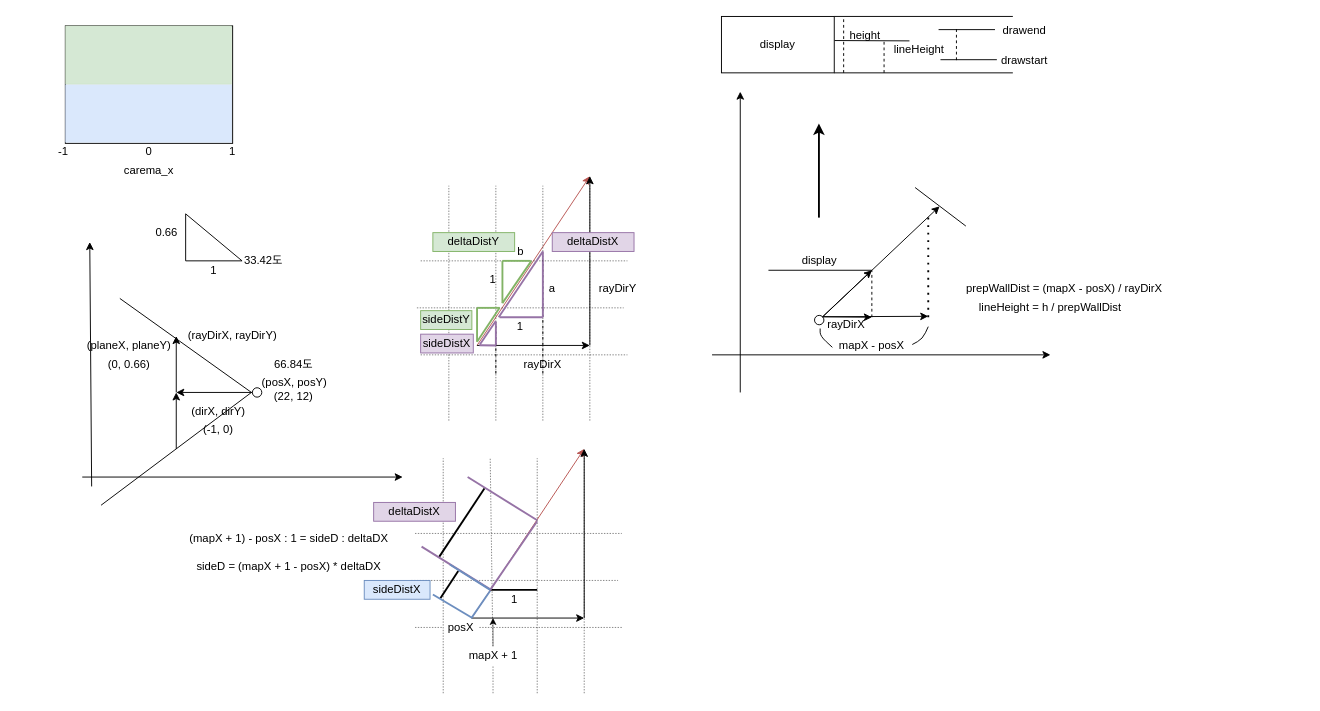
Before: page "Page-1" (1 of 3) of cub3d.drawio in Lee-seungju/drawfile, a draw.io diagram. Source tidied: cells renumbered, new cells numbered last; positions are measured from the earlier drawing's top-left corner, leaving out a move shared by most shapes. Both pictures are drawn from the tidied source at 94%, with x=0, y=0 at pixel (16, 16). Pictures stored in the file or linked from it are replaced by grey dashed boxes.
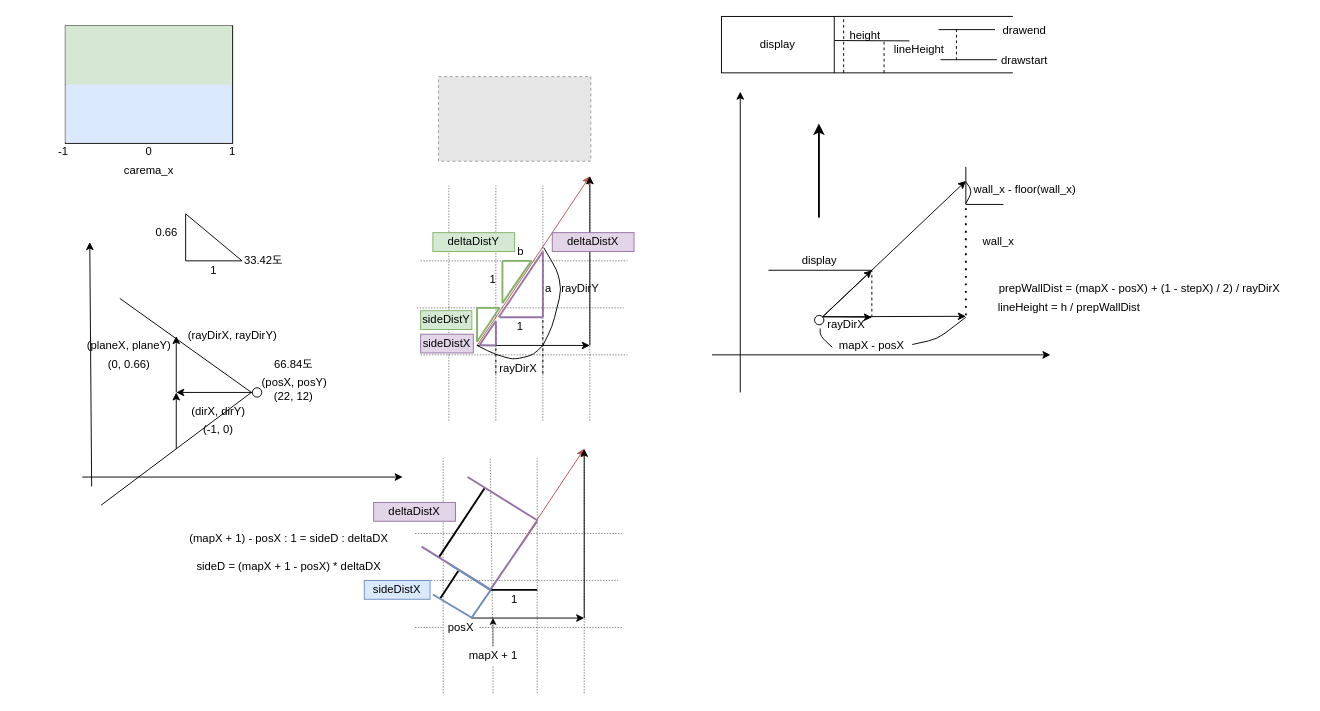
The same page after the edit.

The change refers to these unchanged cells:
```xml
<mxCell id="80" style="ellipse;whiteSpace=wrap;html=1;" parent="1" vertex="1">
  <mxGeometry x="849" y="318" width="10" height="10" as="geometry" />
</mxCell>
<mxCell id="90" value="mapX - posX" style="text;html=1;strokeColor=none;fillColor=none;align=center;verticalAlign=middle;whiteSpace=wrap;rounded=0;" parent="1" vertex="1">
  <mxGeometry x="860" y="340" width="100" height="20" as="geometry" />
</mxCell>
```

The edit, as a diff of the source:
```diff
@@
     <mxCell id="32" value="a" style="text;html=1;strokeColor=none;fillColor=none;align=center;verticalAlign=middle;whiteSpace=wrap;rounded=0;" parent="1" vertex="1">
-      <mxGeometry x="560" y="280" width="20" height="20" as="geometry" />
+      <mxGeometry x="556" y="280" width="20" height="20" as="geometry" />
     </mxCell>
     <mxCell id="33" value="rayDirX" style="text;html=1;strokeColor=none;fillColor=none;align=center;verticalAlign=middle;whiteSpace=wrap;rounded=0;" parent="1" vertex="1">
-      <mxGeometry x="540" y="360" width="40" height="20" as="geometry" />
+      <mxGeometry x="514" y="365" width="40" height="20" as="geometry" />
     </mxCell>
     <mxCell id="34" value="rayDirY" style="text;html=1;strokeColor=none;fillColor=none;align=center;verticalAlign=middle;whiteSpace=wrap;rounded=0;" parent="1" vertex="1">
-      <mxGeometry x="620" y="280" width="40" height="20" as="geometry" />
+      <mxGeometry x="580" y="280" width="40" height="20" as="geometry" />
     </mxCell>
@@
-    <mxCell id="86" style="endArrow=none;html=1;strokeWidth=1;" parent="1" edge="1">
-      <mxGeometry relative="1" as="geometry">
-        <mxPoint x="956" y="182" as="sourcePoint" />
-        <mxPoint x="1010" y="223" as="targetPoint" />
-      </mxGeometry>
-    </mxCell>
     <mxCell id="87" style="endArrow=classic;html=1;strokeWidth=1;exitX=0.93;exitY=0.097;exitDx=0;exitDy=0;exitPerimeter=0;" parent="1" edge="1" source="80">
       <mxGeometry relative="1" as="geometry">
-        <mxPoint x="982" y="202" as="targetPoint" />
+        <mxPoint x="1010" y="175" as="targetPoint" />
       </mxGeometry>
     </mxCell>
     <mxCell id="88" style="endArrow=none;dashed=1;html=1;dashPattern=1 3;strokeWidth=2;" parent="1" edge="1">
       <mxGeometry relative="1" as="geometry">
-        <mxPoint x="970" y="320" as="sourcePoint" />
-        <mxPoint x="970" y="214" as="targetPoint" />
+        <mxPoint x="1010" y="318" as="sourcePoint" />
+        <mxPoint x="1010" y="200" as="targetPoint" />
       </mxGeometry>
     </mxCell>
     <mxCell id="89" style="endArrow=classic;html=1;strokeWidth=1;exitX=1;exitY=0;exitDx=0;exitDy=0;" parent="1" edge="1" source="80">
       <mxGeometry relative="1" as="geometry">
-        <mxPoint x="970" y="319" as="targetPoint" />
+        <mxPoint x="1010" y="319" as="targetPoint" />
       </mxGeometry>
     </mxCell>
@@
     <mxCell id="92" style="endArrow=none;html=1;strokeWidth=1;exitX=0.93;exitY=0.45;exitDx=0;exitDy=0;exitPerimeter=0;" parent="1" edge="1" source="90">
       <mxGeometry relative="1" as="geometry">
-        <mxPoint x="970" y="330" as="targetPoint" />
+        <mxPoint x="1010" y="320" as="targetPoint" />
         <Array as="points">
-          <mxPoint x="964" y="343" />
+          <mxPoint x="980" y="343" />
         </Array>
       </mxGeometry>
     </mxCell>
@@
     <mxCell id="95" value="lineHeight = h / prepWallDist" style="text;html=1;strokeColor=none;fillColor=none;align=center;verticalAlign=middle;whiteSpace=wrap;rounded=0;" parent="1" vertex="1">
-      <mxGeometry x="1010" y="300" width="180" height="20" as="geometry" />
+      <mxGeometry x="1030" y="300" width="180" height="20" as="geometry" />
     </mxCell>
@@
-    <mxCell id="101" value="prepWallDist = (mapX - posX) / rayDirX" style="text;html=1;strokeColor=none;fillColor=none;align=center;verticalAlign=middle;whiteSpace=wrap;rounded=0;" parent="1" vertex="1">
-      <mxGeometry x="1000" y="280" width="230" height="20" as="geometry" />
+    <mxCell id="101" value="prepWallDist = (mapX - posX) + (1 - stepX) / 2) / rayDirX" style="text;html=1;strokeColor=none;fillColor=none;align=center;verticalAlign=middle;whiteSpace=wrap;rounded=0;" parent="1" vertex="1">
+      <mxGeometry x="1020" y="280" width="350" height="20" as="geometry" />
     </mxCell>
@@
+    <mxCell id="125" style="endArrow=none;html=1;" parent="1" edge="1">
+      <mxGeometry relative="1" as="geometry">
+        <mxPoint x="560" y="350" as="sourcePoint" />
+        <mxPoint x="561" y="246" as="targetPoint" />
+        <Array as="points">
+          <mxPoint x="570" y="330" />
+          <mxPoint x="580" y="290" />
+          <mxPoint x="575" y="270" />
+        </Array>
+      </mxGeometry>
+    </mxCell>
+    <mxCell id="126" style="endArrow=none;html=1;" parent="1" edge="1">
+      <mxGeometry relative="1" as="geometry">
+        <mxPoint x="490" y="350" as="sourcePoint" />
+        <mxPoint x="560" y="350" as="targetPoint" />
+        <Array as="points">
+          <mxPoint x="510" y="360" />
+          <mxPoint x="530" y="365" />
+          <mxPoint x="550" y="360" />
+        </Array>
+      </mxGeometry>
+    </mxCell>
+    <mxCell id="127" style="fillColor=#E6E6E6;strokeColor=#999999;dashed=1;verticalLabelPosition=bottom;labelBackgroundColor=#ffffff;verticalAlign=top;" parent="1" vertex="1">
+      <mxGeometry x="449" y="64" width="162" height="90" as="geometry" />
+    </mxCell>
+    <mxCell id="128" style="endArrow=none;html=1;" parent="1" edge="1">
+      <mxGeometry relative="1" as="geometry">
+        <mxPoint x="1010" y="200" as="sourcePoint" />
+        <mxPoint x="1010" y="160" as="targetPoint" />
+      </mxGeometry>
+    </mxCell>
+    <mxCell id="129" style="endArrow=none;html=1;" parent="1" edge="1">
+      <mxGeometry relative="1" as="geometry">
+        <mxPoint x="1050" y="200" as="sourcePoint" />
+        <mxPoint x="1010" y="200" as="targetPoint" />
+      </mxGeometry>
+    </mxCell>
+    <mxCell id="130" style="endArrow=none;html=1;" parent="1" edge="1">
+      <mxGeometry relative="1" as="geometry">
+        <mxPoint x="1010" y="199" as="sourcePoint" />
+        <mxPoint x="1010" y="176" as="targetPoint" />
+        <Array as="points">
+          <mxPoint x="1017" y="186" />
+        </Array>
+      </mxGeometry>
+    </mxCell>
+    <mxCell id="131" value="wall_x" style="text;html=1;strokeColor=none;fillColor=none;align=center;verticalAlign=middle;whiteSpace=wrap;rounded=0;" parent="1" vertex="1">
+      <mxGeometry x="1020" y="230" width="50" height="20" as="geometry" />
+    </mxCell>
+    <mxCell id="132" value="wall_x - floor(wall_x)" style="text;html=1;strokeColor=none;fillColor=none;align=center;verticalAlign=middle;whiteSpace=wrap;rounded=0;" parent="1" vertex="1">
+      <mxGeometry x="1007.5" y="174" width="130" height="20" as="geometry" />
+    </mxCell>
```
